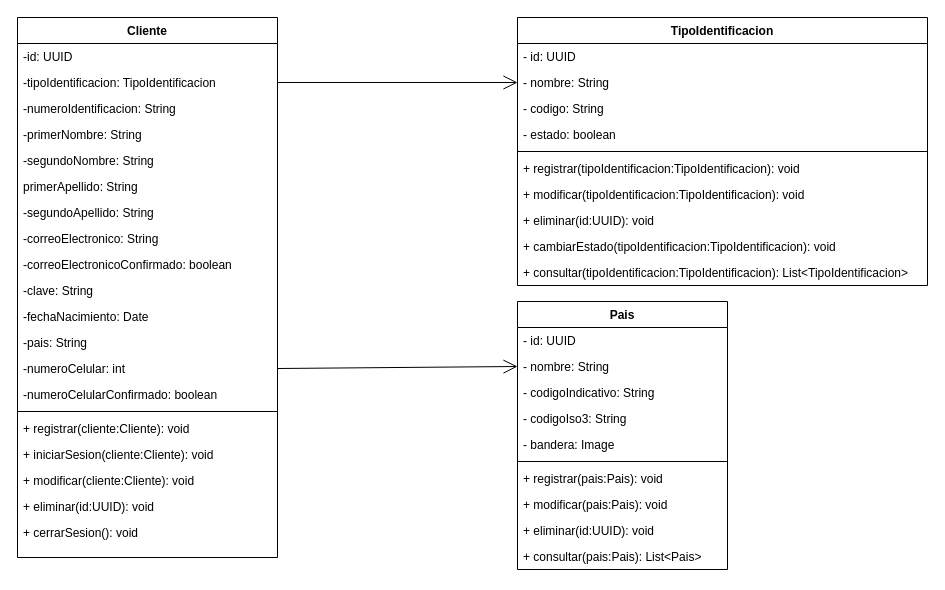
Before: page "Diagrama Clases Cliente" (13 of 16) of Restaurante_Disenio.drawio in andrescardo98/doo, a draw.io diagram. Source tidied: cells renumbered, new cells numbered last; positions are measured from the earlier drawing's top-left corner, leaving out a move shared by most shapes. Both pictures are drawn from the tidied source at 100%, with x=0, y=0 at pixel (17, 17).
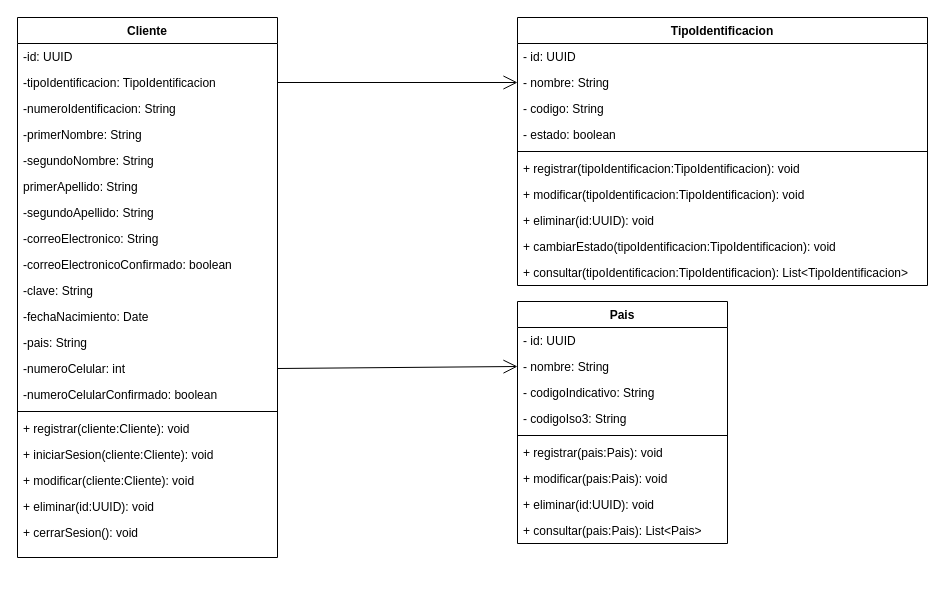
After the change.

Change to the diagram source:
```diff
@@
     <mxCell id="34" value="Pais" style="swimlane;fontStyle=1;align=center;verticalAlign=top;horizontal=1;startSize=26;whiteSpace=wrap;html=1;" parent="1" vertex="1">
-      <mxGeometry x="500" y="284" width="210" height="268" as="geometry" />
+      <mxGeometry x="500" y="284" width="210" height="242" as="geometry" />
     </mxCell>
@@
-    <mxCell id="39" value="- bandera: Image" style="text;strokeColor=none;fillColor=none;align=left;verticalAlign=top;spacingLeft=4;spacingRight=4;overflow=hidden;whiteSpace=wrap;html=1;" parent="34" vertex="1">
-      <mxGeometry y="130" width="210" height="26" as="geometry" />
-    </mxCell>
     <mxCell id="40" style="line;strokeWidth=1;fillColor=none;align=left;verticalAlign=middle;spacingTop=-1;spacingLeft=3;spacingRight=3;labelPosition=right;strokeColor=inherit;" parent="34" vertex="1">
-      <mxGeometry y="156" width="210" height="8" as="geometry" />
+      <mxGeometry y="130" width="210" height="8" as="geometry" />
     </mxCell>
     <mxCell id="41" value="+ registrar(pais:Pais): void" style="text;strokeColor=none;fillColor=none;align=left;verticalAlign=top;spacingLeft=4;spacingRight=4;overflow=hidden;whiteSpace=wrap;html=1;" parent="34" vertex="1">
-      <mxGeometry y="164" width="210" height="26" as="geometry" />
+      <mxGeometry y="138" width="210" height="26" as="geometry" />
     </mxCell>
     <mxCell id="42" value="+ modificar(pais:Pais): void" style="text;strokeColor=none;fillColor=none;align=left;verticalAlign=top;spacingLeft=4;spacingRight=4;overflow=hidden;whiteSpace=wrap;html=1;" parent="34" vertex="1">
-      <mxGeometry y="190" width="210" height="26" as="geometry" />
+      <mxGeometry y="164" width="210" height="26" as="geometry" />
     </mxCell>
     <mxCell id="43" value="+ eliminar(id:UUID): void" style="text;strokeColor=none;fillColor=none;align=left;verticalAlign=top;spacingLeft=4;spacingRight=4;overflow=hidden;whiteSpace=wrap;html=1;" parent="34" vertex="1">
-      <mxGeometry y="216" width="210" height="26" as="geometry" />
+      <mxGeometry y="190" width="210" height="26" as="geometry" />
     </mxCell>
     <mxCell id="44" value="+ consultar(pais:Pais): List&amp;lt;Pais&amp;gt;" style="text;strokeColor=none;fillColor=none;align=left;verticalAlign=top;spacingLeft=4;spacingRight=4;overflow=hidden;whiteSpace=wrap;html=1;" parent="34" vertex="1">
-      <mxGeometry y="242" width="210" height="26" as="geometry" />
+      <mxGeometry y="216" width="210" height="26" as="geometry" />
     </mxCell>
```
